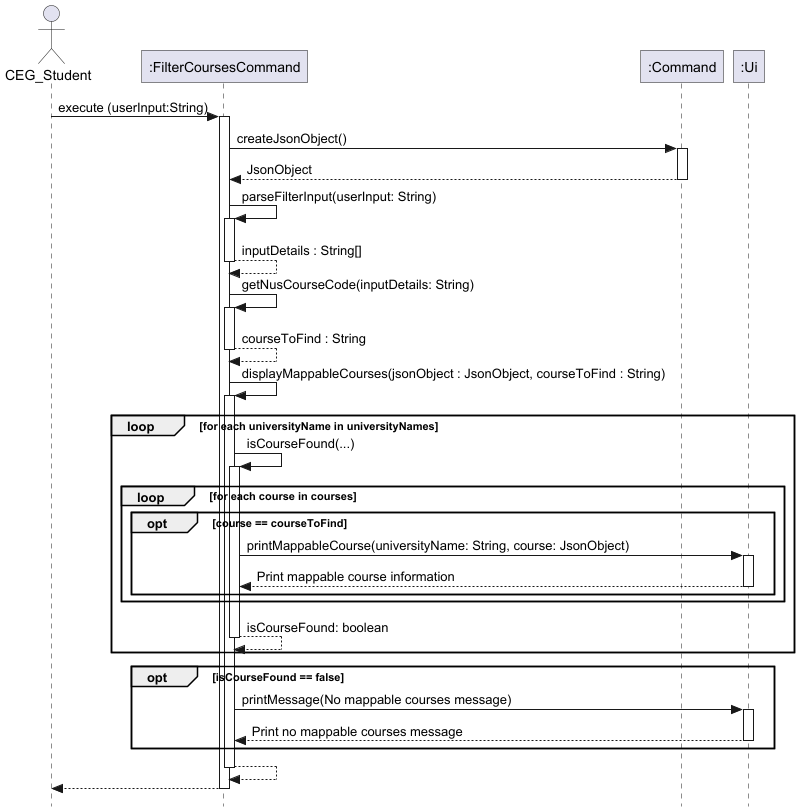
nus-cs2113-AY2425S1/tp keeps this PlantUML diagram as docs/images/FilterCoursesCommand.png. Above is the earlier version.
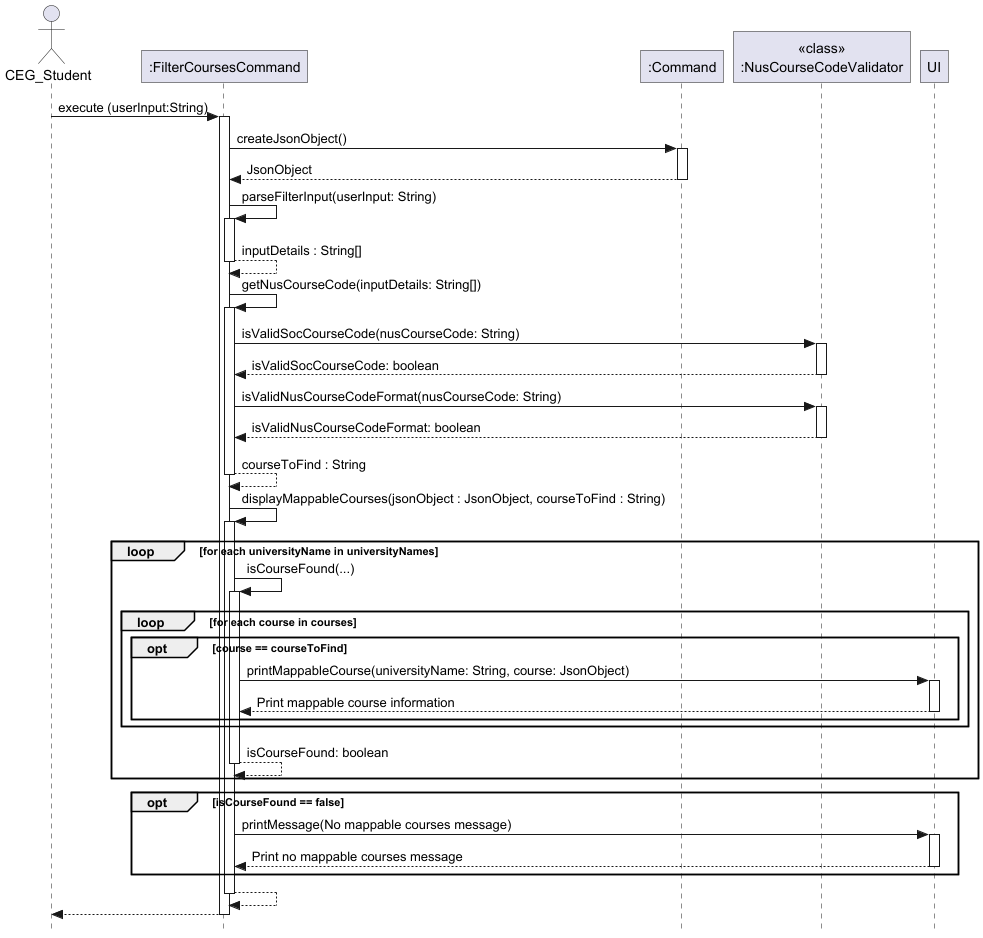
After the commit.

Commit message:
Fix documentation bugs in sequence diagrams

Change to the diagram source:
```diff
@@ -5,7 +5,7 @@
 actor CEG_Student
 participant ":FilterCoursesCommand" as FilterCoursesCommand
 participant ":Command" as Command
-participant ":Ui" as UI
+participant "<<class>>\n:NusCourseCodeValidator" as NusCourseCodeValidator
 
 CEG_Student -> FilterCoursesCommand: execute (userInput:String)
 activate FilterCoursesCommand
@@ -20,9 +20,15 @@
 activate FilterCoursesCommand
 return inputDetails : String[]
 
-FilterCoursesCommand -> FilterCoursesCommand: getNusCourseCode(inputDetails: String)
+FilterCoursesCommand -> FilterCoursesCommand: getNusCourseCode(inputDetails: String[])
 activate FilterCoursesCommand
 
+FilterCoursesCommand -> NusCourseCodeValidator: isValidSocCourseCode(nusCourseCode: String)
+activate NusCourseCodeValidator
+return isValidSocCourseCode: boolean
+FilterCoursesCommand -> NusCourseCodeValidator: isValidNusCourseCodeFormat(nusCourseCode: String)
+activate NusCourseCodeValidator
+return isValidNusCourseCodeFormat: boolean
 return courseToFind : String
 
 FilterCoursesCommand -> FilterCoursesCommand: displayMappableCourses(jsonObject : JsonObject, courseToFind : String)
```
